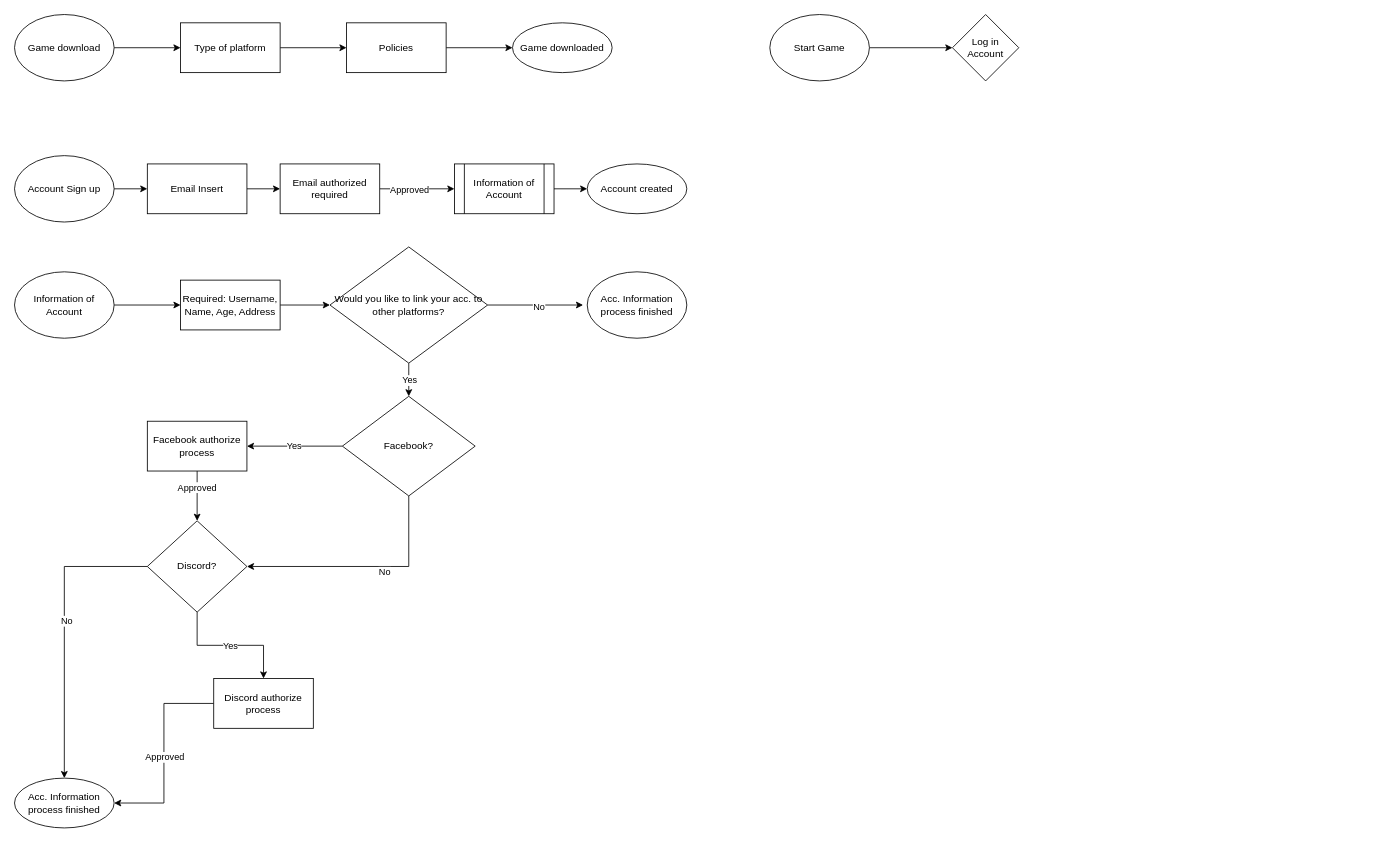
samuelroiz/WorkFlows_storage keeps this draw.io diagram as video_game_shop.drawio. Above is the earlier version. Source tidied: cells renumbered, new cells numbered last; positions are measured from the earlier drawing's top-left corner, leaving out a move shared by most shapes. Both pictures are drawn from the tidied source at 83%, with x=0, y=0 at pixel (14, 14).
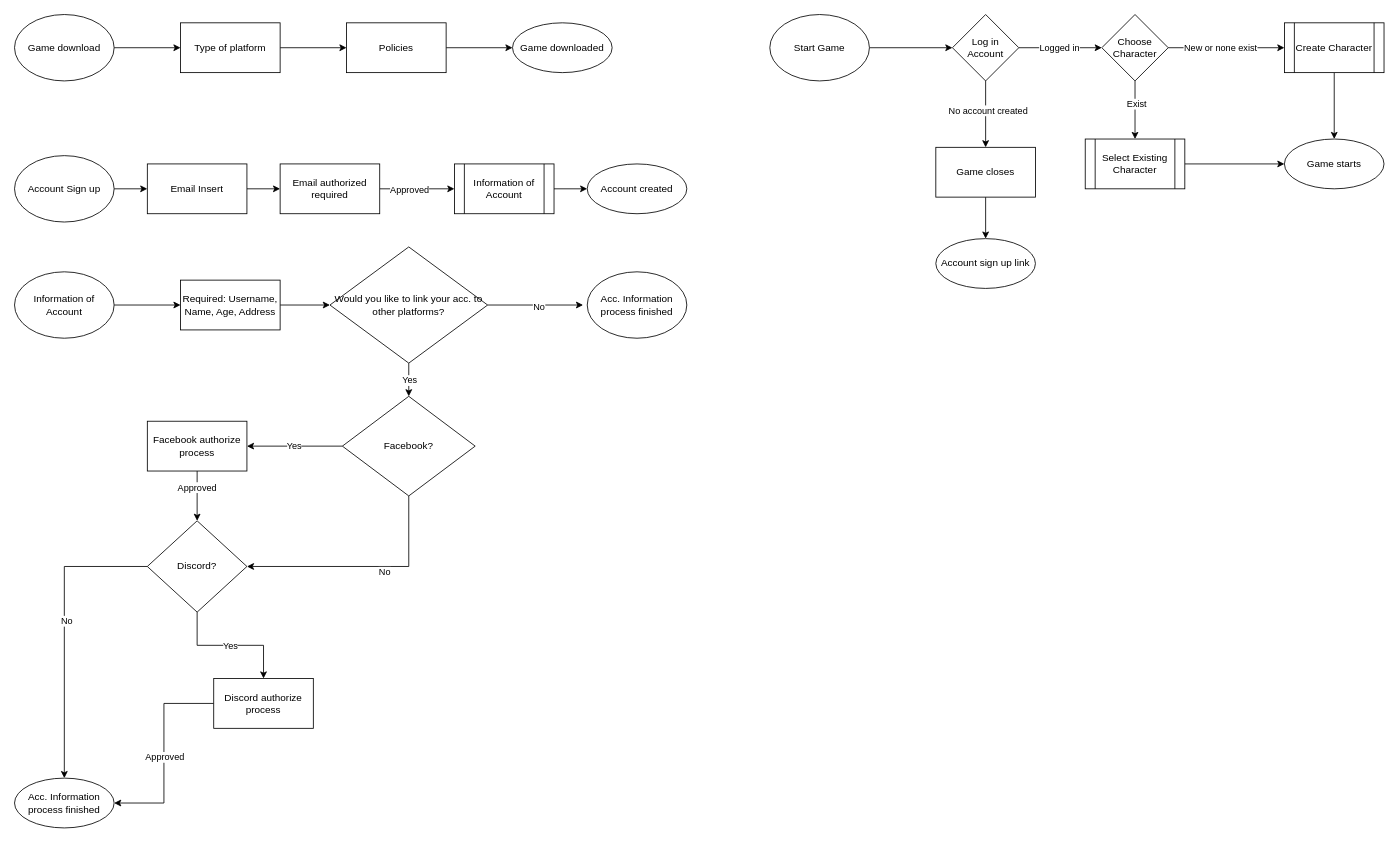
Above is the later version.

Unchanged cells that the change refers to:
```xml
<mxCell id="47" value="Log in Account" style="rhombus;whiteSpace=wrap;html=1;" parent="1" vertex="1">
  <mxGeometry x="1130" width="80" height="80" as="geometry" />
</mxCell>
```

The edit, as a diff of the source:
```diff
@@
+    <mxCell id="48" style="edgeStyle=orthogonalEdgeStyle;rounded=0;jettySize=auto;html=1;" parent="1" edge="1" source="47">
+      <mxGeometry relative="1" as="geometry">
+        <mxPoint x="1170" y="160" as="targetPoint" />
+      </mxGeometry>
+    </mxCell>
+    <mxCell id="49" value="No account created" style="edgeLabel;html=1;align=center;verticalAlign=middle;" parent="48" vertex="1">
+      <mxGeometry x="-0.13" y="2" relative="1" as="geometry" />
+    </mxCell>
+    <mxCell id="50" style="edgeStyle=orthogonalEdgeStyle;rounded=0;jettySize=auto;html=1;" parent="1" edge="1" source="47">
+      <mxGeometry relative="1" as="geometry">
+        <mxPoint x="1310" y="40" as="targetPoint" />
+      </mxGeometry>
+    </mxCell>
+    <mxCell id="51" value="Logged in" style="edgeLabel;html=1;align=center;verticalAlign=middle;" parent="50" vertex="1">
+      <mxGeometry x="-0.05" y="-1" relative="1" as="geometry">
+        <mxPoint y="-1" as="offset" />
+      </mxGeometry>
+    </mxCell>
@@
+    <mxCell id="52" style="edgeStyle=orthogonalEdgeStyle;rounded=0;jettySize=auto;html=1;" parent="1" edge="1" source="53" target="54">
+      <mxGeometry relative="1" as="geometry" />
+    </mxCell>
+    <mxCell id="53" value="Game closes" style="rounded=0;whiteSpace=wrap;html=1;" parent="1" vertex="1">
+      <mxGeometry x="1110" y="160" width="120" height="60" as="geometry" />
+    </mxCell>
+    <mxCell id="54" value="Account sign up link" style="ellipse;whiteSpace=wrap;html=1;rounded=0;" parent="1" vertex="1">
+      <mxGeometry x="1110" y="270" width="120" height="60" as="geometry" />
+    </mxCell>
+    <mxCell id="55" style="edgeStyle=orthogonalEdgeStyle;rounded=0;jettySize=auto;html=1;" parent="1" edge="1" source="59" target="62">
+      <mxGeometry relative="1" as="geometry" />
+    </mxCell>
+    <mxCell id="56" value="New or none exist" style="edgeLabel;html=1;align=center;verticalAlign=middle;" parent="55" vertex="1">
+      <mxGeometry x="-0.11" y="1" relative="1" as="geometry" />
+    </mxCell>
+    <mxCell id="57" style="edgeStyle=orthogonalEdgeStyle;rounded=0;jettySize=auto;html=1;entryX=0.5;entryY=0;entryDx=0;entryDy=0;" parent="1" edge="1" source="59" target="64">
+      <mxGeometry relative="1" as="geometry" />
+    </mxCell>
+    <mxCell id="58" value="Exist" style="edgeLabel;html=1;align=center;verticalAlign=middle;" parent="57" vertex="1">
+      <mxGeometry x="-0.23" y="1" relative="1" as="geometry" />
+    </mxCell>
+    <mxCell id="59" value="Choose Character" style="rhombus;whiteSpace=wrap;html=1;" parent="1" vertex="1">
+      <mxGeometry x="1310" width="80" height="80" as="geometry" />
+    </mxCell>
+    <mxCell id="60" style="edgeStyle=orthogonalEdgeStyle;rounded=0;jettySize=auto;html=1;exitX=1;exitY=0.5;exitDx=0;exitDy=0;" parent="1" edge="1" source="64" target="63">
+      <mxGeometry relative="1" as="geometry" />
+    </mxCell>
+    <mxCell id="61" style="edgeStyle=orthogonalEdgeStyle;rounded=0;jettySize=auto;html=1;" parent="1" edge="1" source="62" target="63">
+      <mxGeometry relative="1" as="geometry" />
+    </mxCell>
+    <mxCell id="62" value="Create Character" style="shape=process;whiteSpace=wrap;html=1;backgroundOutline=1;" parent="1" vertex="1">
+      <mxGeometry x="1530" y="10" width="120" height="60" as="geometry" />
+    </mxCell>
+    <mxCell id="63" value="Game starts" style="ellipse;whiteSpace=wrap;html=1;" parent="1" vertex="1">
+      <mxGeometry x="1530" y="150" width="120" height="60" as="geometry" />
+    </mxCell>
+    <mxCell id="64" value="&lt;span&gt;Select Existing Character&lt;/span&gt;" style="shape=process;whiteSpace=wrap;html=1;backgroundOutline=1;" parent="1" vertex="1">
+      <mxGeometry x="1290" y="150" width="120" height="60" as="geometry" />
+    </mxCell>
```
